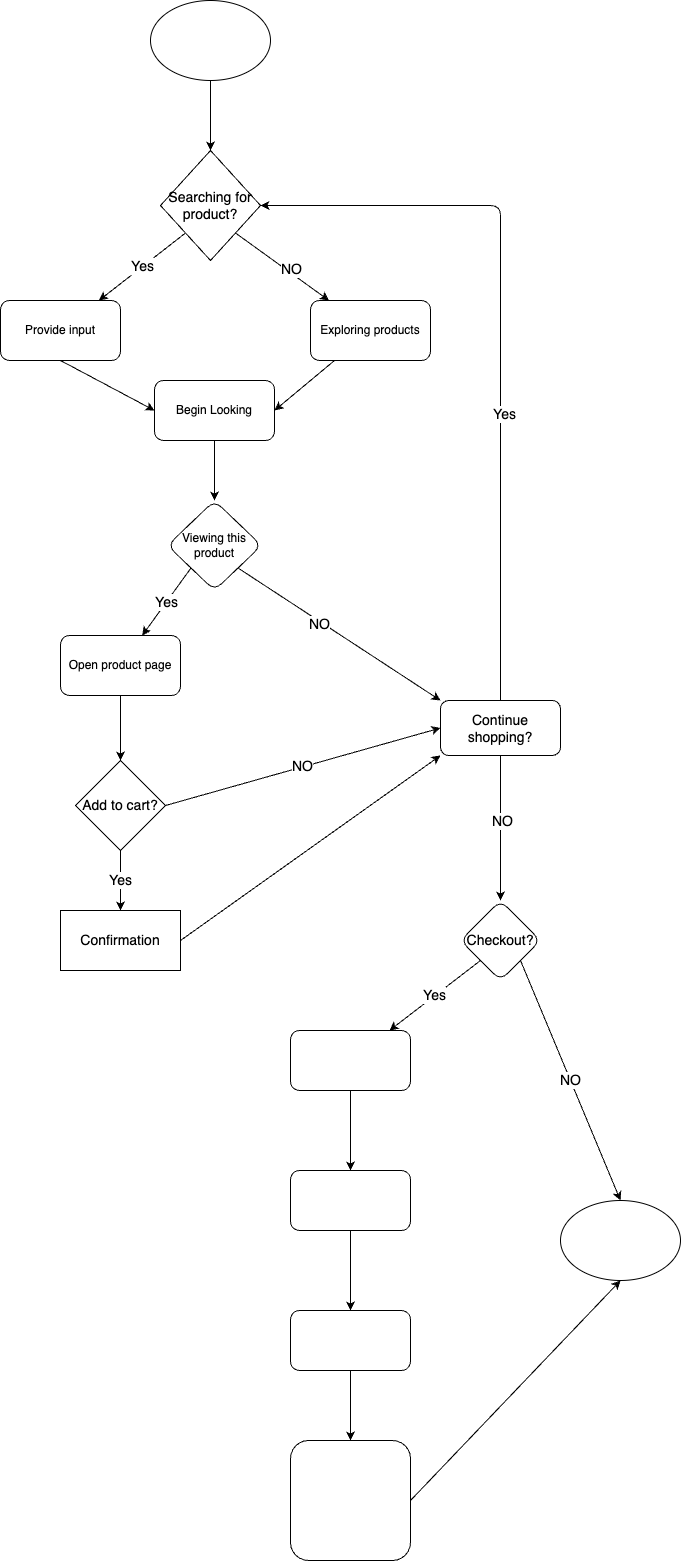
Tianshi-Gong/sp24-cse110-lab4 keeps this draw.io diagram as explore/diagramming/diagram.drawio.png. Above is the earlier version. Source tidied: cells renumbered, new cells last; positions are measured from the earlier drawing's top-left corner, leaving out a move shared by most shapes.
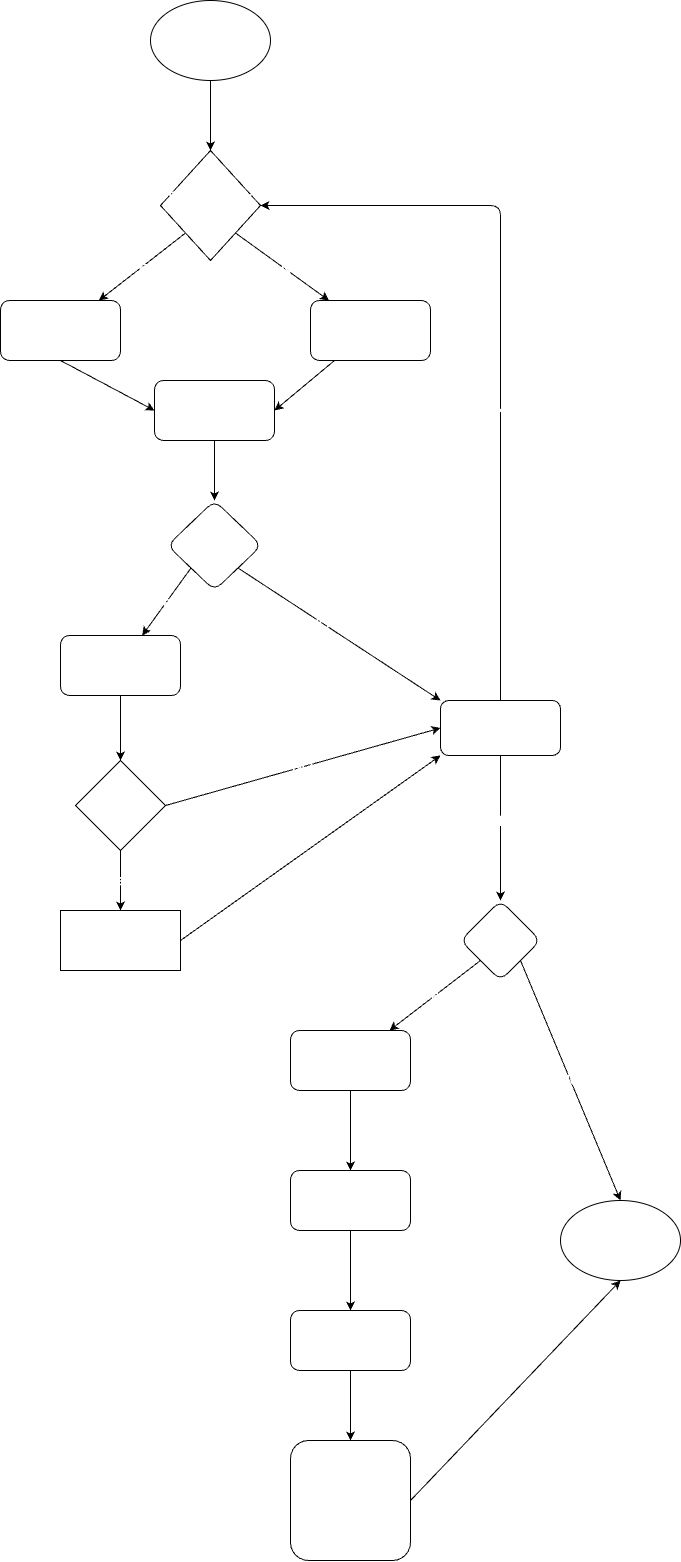
The same file after the commit.

The edit, as a diff of the source:
```diff
@@ -2,122 +2,122 @@
   <root>
     <mxCell id="0" />
     <mxCell id="1" parent="0" />
-    <mxCell id="2" style="edgeStyle=none;html=1;fontSize=14;entryX=0.5;entryY=0;entryDx=0;entryDy=0;exitX=0.5;exitY=1;exitDx=0;exitDy=0;" parent="1" edge="1" source="41" target="28">
+    <mxCell id="2" style="edgeStyle=none;html=1;fontSize=14;entryX=0.5;entryY=0;entryDx=0;entryDy=0;exitX=0.5;exitY=1;exitDx=0;exitDy=0;fontColor=#FFFFFF;labelBackgroundColor=none;" parent="1" edge="1" source="41" target="28">
       <mxGeometry relative="1" as="geometry" />
     </mxCell>
-    <mxCell id="3" style="edgeStyle=none;html=1;fontSize=14;exitX=1;exitY=1;exitDx=0;exitDy=0;" parent="1" edge="1" source="28" target="7">
+    <mxCell id="3" style="edgeStyle=none;html=1;fontSize=14;exitX=1;exitY=1;exitDx=0;exitDy=0;fontColor=#FFFFFF;labelBackgroundColor=none;" parent="1" edge="1" source="28" target="7">
       <mxGeometry relative="1" as="geometry" />
     </mxCell>
-    <mxCell id="4" value="NO" style="edgeLabel;html=1;align=center;verticalAlign=middle;fontSize=14;" parent="3" vertex="1">
+    <mxCell id="4" value="NO" style="edgeLabel;html=1;align=center;verticalAlign=middle;fontSize=14;fontColor=#FFFFFF;labelBackgroundColor=none;" parent="3" vertex="1">
       <mxGeometry x="0.14" y="4" relative="1" as="geometry" />
     </mxCell>
-    <mxCell id="5" value="Yes" style="edgeStyle=none;html=1;fontSize=14;exitX=0;exitY=1;exitDx=0;exitDy=0;" parent="1" edge="1" source="28" target="9">
+    <mxCell id="5" value="Yes" style="edgeStyle=none;html=1;fontSize=14;exitX=0;exitY=1;exitDx=0;exitDy=0;fontColor=#FFFFFF;labelBackgroundColor=none;" parent="1" edge="1" source="28" target="9">
       <mxGeometry relative="1" as="geometry" />
     </mxCell>
-    <mxCell id="6" style="edgeStyle=none;html=1;fontSize=14;entryX=1;entryY=0.5;entryDx=0;entryDy=0;" parent="1" edge="1" source="7" target="11">
+    <mxCell id="6" style="edgeStyle=none;html=1;fontSize=14;entryX=1;entryY=0.5;entryDx=0;entryDy=0;fontColor=#FFFFFF;labelBackgroundColor=none;" parent="1" edge="1" source="7" target="11">
       <mxGeometry relative="1" as="geometry" />
     </mxCell>
-    <mxCell id="7" value="Exploring products" style="whiteSpace=wrap;html=1;rounded=1;" parent="1" vertex="1">
+    <mxCell id="7" value="Exploring products" style="whiteSpace=wrap;html=1;rounded=1;fontColor=#FFFFFF;labelBackgroundColor=none;" parent="1" vertex="1">
       <mxGeometry x="310" y="300" width="120" height="60" as="geometry" />
     </mxCell>
-    <mxCell id="8" style="edgeStyle=none;html=1;exitX=0.5;exitY=1;exitDx=0;exitDy=0;entryX=0;entryY=0.5;entryDx=0;entryDy=0;fontSize=14;" parent="1" edge="1" source="9" target="11">
+    <mxCell id="8" style="edgeStyle=none;html=1;exitX=0.5;exitY=1;exitDx=0;exitDy=0;entryX=0;entryY=0.5;entryDx=0;entryDy=0;fontSize=14;fontColor=#FFFFFF;labelBackgroundColor=none;" parent="1" edge="1" source="9" target="11">
       <mxGeometry relative="1" as="geometry" />
     </mxCell>
-    <mxCell id="9" value="Provide input" style="whiteSpace=wrap;html=1;rounded=1;" parent="1" vertex="1">
+    <mxCell id="9" value="Provide input" style="whiteSpace=wrap;html=1;rounded=1;fontColor=#FFFFFF;labelBackgroundColor=none;" parent="1" vertex="1">
       <mxGeometry y="300" width="120" height="60" as="geometry" />
     </mxCell>
-    <mxCell id="10" style="edgeStyle=none;html=1;fontSize=14;" parent="1" edge="1" source="11" target="15">
+    <mxCell id="10" style="edgeStyle=none;html=1;fontSize=14;fontColor=#FFFFFF;labelBackgroundColor=none;" parent="1" edge="1" source="11" target="15">
       <mxGeometry relative="1" as="geometry" />
     </mxCell>
-    <mxCell id="11" value="Begin Looking" style="whiteSpace=wrap;html=1;rounded=1;" parent="1" vertex="1">
+    <mxCell id="11" value="Begin Looking" style="whiteSpace=wrap;html=1;rounded=1;fontColor=#FFFFFF;labelBackgroundColor=none;" parent="1" vertex="1">
       <mxGeometry x="154" y="380" width="120" height="60" as="geometry" />
     </mxCell>
-    <mxCell id="12" value="Yes" style="edgeStyle=none;html=1;fontSize=14;verticalAlign=middle;exitX=0;exitY=1;exitDx=0;exitDy=0;" parent="1" edge="1" source="15" target="17">
+    <mxCell id="12" value="Yes" style="edgeStyle=none;html=1;fontSize=14;verticalAlign=middle;exitX=0;exitY=1;exitDx=0;exitDy=0;fontColor=#FFFFFF;labelBackgroundColor=none;" parent="1" edge="1" source="15" target="17">
       <mxGeometry relative="1" as="geometry" />
     </mxCell>
-    <mxCell id="13" style="edgeStyle=none;html=1;exitX=1;exitY=1;exitDx=0;exitDy=0;fontSize=14;entryX=0;entryY=0;entryDx=0;entryDy=0;" parent="1" edge="1" source="15" target="22">
+    <mxCell id="13" style="edgeStyle=none;html=1;exitX=1;exitY=1;exitDx=0;exitDy=0;fontSize=14;entryX=0;entryY=0;entryDx=0;entryDy=0;fontColor=#FFFFFF;labelBackgroundColor=none;" parent="1" edge="1" source="15" target="22">
       <mxGeometry relative="1" as="geometry" />
     </mxCell>
-    <mxCell id="14" value="NO" style="edgeLabel;html=1;align=center;verticalAlign=middle;fontSize=14;" parent="13" vertex="1">
+    <mxCell id="14" value="NO" style="edgeLabel;html=1;align=center;verticalAlign=middle;fontSize=14;fontColor=#FFFFFF;labelBackgroundColor=none;" parent="13" vertex="1">
       <mxGeometry x="-0.19" y="-2" relative="1" as="geometry" />
     </mxCell>
-    <mxCell id="15" value="Viewing this product" style="rhombus;whiteSpace=wrap;html=1;rounded=1;" parent="1" vertex="1">
+    <mxCell id="15" value="Viewing this product" style="rhombus;whiteSpace=wrap;html=1;rounded=1;fontColor=#FFFFFF;labelBackgroundColor=none;" parent="1" vertex="1">
       <mxGeometry x="167" y="500" width="94" height="90" as="geometry" />
     </mxCell>
-    <mxCell id="16" style="edgeStyle=none;html=1;fontSize=14;" parent="1" edge="1" source="17" target="25">
+    <mxCell id="16" style="edgeStyle=none;html=1;fontSize=14;fontColor=#FFFFFF;labelBackgroundColor=none;" parent="1" edge="1" source="17" target="25">
       <mxGeometry relative="1" as="geometry" />
     </mxCell>
-    <mxCell id="17" value="Open product page" style="whiteSpace=wrap;html=1;rounded=1;" parent="1" vertex="1">
+    <mxCell id="17" value="Open product page" style="whiteSpace=wrap;html=1;rounded=1;fontColor=#FFFFFF;labelBackgroundColor=none;" parent="1" vertex="1">
       <mxGeometry x="60" y="635" width="120" height="60" as="geometry" />
     </mxCell>
-    <mxCell id="18" style="edgeStyle=none;html=1;exitX=0.5;exitY=0;exitDx=0;exitDy=0;entryX=1;entryY=0.5;entryDx=0;entryDy=0;fontSize=14;" parent="1" edge="1" source="22" target="28">
+    <mxCell id="18" style="edgeStyle=none;html=1;exitX=0.5;exitY=0;exitDx=0;exitDy=0;entryX=1;entryY=0.5;entryDx=0;entryDy=0;fontSize=14;fontColor=#FFFFFF;labelBackgroundColor=none;" parent="1" edge="1" source="22" target="28">
       <mxGeometry relative="1" as="geometry">
         <Array as="points">
           <mxPoint x="500" y="205" />
         </Array>
       </mxGeometry>
     </mxCell>
-    <mxCell id="19" value="Yes" style="edgeLabel;html=1;align=center;verticalAlign=middle;fontSize=14;" parent="18" vertex="1">
+    <mxCell id="19" value="Yes" style="edgeLabel;html=1;align=center;verticalAlign=middle;fontSize=14;fontColor=#FFFFFF;labelBackgroundColor=none;" parent="18" vertex="1">
       <mxGeometry x="-0.22" y="-3" relative="1" as="geometry" />
     </mxCell>
-    <mxCell id="20" style="edgeStyle=none;html=1;fontSize=14;" parent="1" edge="1" source="22" target="31">
+    <mxCell id="20" style="edgeStyle=none;html=1;fontSize=14;fontColor=#FFFFFF;labelBackgroundColor=none;" parent="1" edge="1" source="22" target="31">
       <mxGeometry relative="1" as="geometry" />
     </mxCell>
-    <mxCell id="21" value="NO" style="edgeLabel;html=1;align=center;verticalAlign=middle;fontSize=14;" parent="20" vertex="1">
+    <mxCell id="21" value="NO" style="edgeLabel;html=1;align=center;verticalAlign=middle;fontSize=14;fontColor=#FFFFFF;labelBackgroundColor=none;" parent="20" vertex="1">
       <mxGeometry x="-0.09" y="1" relative="1" as="geometry" />
     </mxCell>
-    <mxCell id="22" value="Continue shopping?" style="rounded=1;whiteSpace=wrap;html=1;fontSize=14;" parent="1" vertex="1">
+    <mxCell id="22" value="Continue shopping?" style="rounded=1;whiteSpace=wrap;html=1;fontSize=14;fontColor=#FFFFFF;labelBackgroundColor=none;" parent="1" vertex="1">
       <mxGeometry x="440" y="700" width="120" height="55" as="geometry" />
     </mxCell>
-    <mxCell id="23" value="NO" style="edgeStyle=none;html=1;exitX=1;exitY=0.5;exitDx=0;exitDy=0;entryX=0;entryY=0.5;entryDx=0;entryDy=0;fontSize=14;" parent="1" edge="1" source="25" target="22">
+    <mxCell id="23" value="NO" style="edgeStyle=none;html=1;exitX=1;exitY=0.5;exitDx=0;exitDy=0;entryX=0;entryY=0.5;entryDx=0;entryDy=0;fontSize=14;fontColor=#FFFFFF;labelBackgroundColor=none;" parent="1" edge="1" source="25" target="22">
       <mxGeometry relative="1" as="geometry" />
     </mxCell>
-    <mxCell id="24" value="Yes" style="edgeStyle=none;html=1;exitX=0.5;exitY=1;exitDx=0;exitDy=0;entryX=0.5;entryY=0;entryDx=0;entryDy=0;fontSize=14;" parent="1" edge="1" source="25" target="27">
+    <mxCell id="24" value="Yes" style="edgeStyle=none;html=1;exitX=0.5;exitY=1;exitDx=0;exitDy=0;entryX=0.5;entryY=0;entryDx=0;entryDy=0;fontSize=14;fontColor=#FFFFFF;labelBackgroundColor=none;" parent="1" edge="1" source="25" target="27">
       <mxGeometry relative="1" as="geometry" />
     </mxCell>
-    <mxCell id="25" value="Add to cart?" style="rhombus;whiteSpace=wrap;html=1;fontSize=14;" parent="1" vertex="1">
+    <mxCell id="25" value="Add to cart?" style="rhombus;whiteSpace=wrap;html=1;fontSize=14;fontColor=#FFFFFF;labelBackgroundColor=none;" parent="1" vertex="1">
       <mxGeometry x="75" y="760" width="90" height="90" as="geometry" />
     </mxCell>
-    <mxCell id="26" style="edgeStyle=none;html=1;exitX=1;exitY=0.5;exitDx=0;exitDy=0;entryX=0;entryY=1;entryDx=0;entryDy=0;fontSize=14;" parent="1" edge="1" source="27" target="22">
+    <mxCell id="26" style="edgeStyle=none;html=1;exitX=1;exitY=0.5;exitDx=0;exitDy=0;entryX=0;entryY=1;entryDx=0;entryDy=0;fontSize=14;fontColor=#FFFFFF;labelBackgroundColor=none;" parent="1" edge="1" source="27" target="22">
       <mxGeometry relative="1" as="geometry" />
     </mxCell>
-    <mxCell id="27" value="Confirmation" style="whiteSpace=wrap;html=1;fontSize=14;" parent="1" vertex="1">
+    <mxCell id="27" value="Confirmation" style="whiteSpace=wrap;html=1;fontSize=14;fontColor=#FFFFFF;labelBackgroundColor=none;" parent="1" vertex="1">
       <mxGeometry x="60" y="910" width="120" height="60" as="geometry" />
     </mxCell>
-    <mxCell id="28" value="Searching for product?" style="rhombus;whiteSpace=wrap;html=1;fontSize=14;" parent="1" vertex="1">
+    <mxCell id="28" value="Searching for product?" style="rhombus;whiteSpace=wrap;html=1;fontSize=14;fontColor=#FFFFFF;labelBackgroundColor=none;" parent="1" vertex="1">
       <mxGeometry x="160" y="150" width="100" height="110" as="geometry" />
     </mxCell>
-    <mxCell id="29" value="NO" style="edgeStyle=none;html=1;fontSize=14;entryX=0.5;entryY=0;entryDx=0;entryDy=0;exitX=1;exitY=1;exitDx=0;exitDy=0;" parent="1" edge="1" source="31" target="40">
+    <mxCell id="29" value="NO" style="edgeStyle=none;html=1;fontSize=14;entryX=0.5;entryY=0;entryDx=0;entryDy=0;exitX=1;exitY=1;exitDx=0;exitDy=0;fontColor=#FFFFFF;labelBackgroundColor=none;" parent="1" edge="1" source="31" target="40">
       <mxGeometry relative="1" as="geometry" />
     </mxCell>
-    <mxCell id="30" value="Yes" style="edgeStyle=none;html=1;fontSize=14;exitX=0;exitY=1;exitDx=0;exitDy=0;" parent="1" edge="1" source="31" target="33">
+    <mxCell id="30" value="Yes" style="edgeStyle=none;html=1;fontSize=14;exitX=0;exitY=1;exitDx=0;exitDy=0;fontColor=#FFFFFF;labelBackgroundColor=none;" parent="1" edge="1" source="31" target="33">
       <mxGeometry relative="1" as="geometry" />
     </mxCell>
-    <mxCell id="31" value="Checkout?" style="rhombus;whiteSpace=wrap;html=1;fontSize=14;rounded=1;" parent="1" vertex="1">
+    <mxCell id="31" value="Checkout?" style="rhombus;whiteSpace=wrap;html=1;fontSize=14;rounded=1;fontColor=#FFFFFF;labelBackgroundColor=none;" parent="1" vertex="1">
       <mxGeometry x="460" y="900" width="80" height="80" as="geometry" />
     </mxCell>
-    <mxCell id="32" style="edgeStyle=none;html=1;fontSize=14;fontColor=#FFFFFF;" parent="1" edge="1" source="33" target="35">
+    <mxCell id="32" style="edgeStyle=none;html=1;fontSize=14;fontColor=#FFFFFF;labelBackgroundColor=none;" parent="1" edge="1" source="33" target="35">
       <mxGeometry relative="1" as="geometry" />
     </mxCell>
-    <mxCell id="33" value="&lt;span style=&quot;caret-color: rgb(0, 0, 0); font-family: &amp;quot;Lato Extended&amp;quot;, Lato, &amp;quot;Helvetica Neue&amp;quot;, Helvetica, Arial, sans-serif; font-size: 16px; text-align: left; text-size-adjust: auto;&quot;&gt;&lt;font color=&quot;#ffffff&quot;&gt;View Cart screen&lt;/font&gt;&lt;/span&gt;" style="whiteSpace=wrap;html=1;fontSize=14;rounded=1;gradientColor=none;" parent="1" vertex="1">
+    <mxCell id="33" value="&lt;span style=&quot;caret-color: rgb(0, 0, 0); font-family: &amp;quot;Lato Extended&amp;quot;, Lato, &amp;quot;Helvetica Neue&amp;quot;, Helvetica, Arial, sans-serif; font-size: 16px; text-align: left; text-size-adjust: auto;&quot;&gt;&lt;font&gt;View Cart screen&lt;/font&gt;&lt;/span&gt;" style="whiteSpace=wrap;html=1;fontSize=14;rounded=1;gradientColor=none;fontColor=#FFFFFF;labelBackgroundColor=none;" parent="1" vertex="1">
       <mxGeometry x="290" y="1030" width="120" height="60" as="geometry" />
     </mxCell>
-    <mxCell id="34" style="edgeStyle=none;html=1;fontSize=14;fontColor=#FFFFFF;" parent="1" edge="1" source="35" target="37">
+    <mxCell id="34" style="edgeStyle=none;html=1;fontSize=14;fontColor=#FFFFFF;labelBackgroundColor=none;" parent="1" edge="1" source="35" target="37">
       <mxGeometry relative="1" as="geometry" />
     </mxCell>
-    <mxCell id="35" value="&lt;span style=&quot;caret-color: rgb(0, 0, 0); font-family: &amp;quot;Lato Extended&amp;quot;, Lato, &amp;quot;Helvetica Neue&amp;quot;, Helvetica, Arial, sans-serif; font-size: 16px; text-align: left; text-size-adjust: auto;&quot;&gt;&lt;font color=&quot;#ffffff&quot;&gt;View Payment screen&lt;/font&gt;&lt;/span&gt;" style="whiteSpace=wrap;html=1;fontSize=14;rounded=1;" parent="1" vertex="1">
+    <mxCell id="35" value="&lt;span style=&quot;caret-color: rgb(0, 0, 0); font-family: &amp;quot;Lato Extended&amp;quot;, Lato, &amp;quot;Helvetica Neue&amp;quot;, Helvetica, Arial, sans-serif; font-size: 16px; text-align: left; text-size-adjust: auto;&quot;&gt;&lt;font&gt;View Payment screen&lt;/font&gt;&lt;/span&gt;" style="whiteSpace=wrap;html=1;fontSize=14;rounded=1;fontColor=#FFFFFF;labelBackgroundColor=none;" parent="1" vertex="1">
       <mxGeometry x="290" y="1170" width="120" height="60" as="geometry" />
     </mxCell>
-    <mxCell id="36" style="edgeStyle=none;html=1;fontSize=14;fontColor=#FFFFFF;exitX=0.5;exitY=1;exitDx=0;exitDy=0;" parent="1" edge="1" source="37" target="39">
+    <mxCell id="36" style="edgeStyle=none;html=1;fontSize=14;fontColor=#FFFFFF;exitX=0.5;exitY=1;exitDx=0;exitDy=0;labelBackgroundColor=none;" parent="1" edge="1" source="37" target="39">
       <mxGeometry relative="1" as="geometry" />
     </mxCell>
-    <mxCell id="37" value="&lt;span style=&quot;caret-color: rgb(0, 0, 0); font-family: &amp;quot;Lato Extended&amp;quot;, Lato, &amp;quot;Helvetica Neue&amp;quot;, Helvetica, Arial, sans-serif; font-size: 16px; text-align: left; text-size-adjust: auto;&quot;&gt;&lt;font color=&quot;#ffffff&quot;&gt;input payment information&lt;/font&gt;&lt;/span&gt;" style="whiteSpace=wrap;html=1;fontSize=14;rounded=1;" parent="1" vertex="1">
+    <mxCell id="37" value="&lt;span style=&quot;caret-color: rgb(0, 0, 0); font-family: &amp;quot;Lato Extended&amp;quot;, Lato, &amp;quot;Helvetica Neue&amp;quot;, Helvetica, Arial, sans-serif; font-size: 16px; text-align: left; text-size-adjust: auto;&quot;&gt;&lt;font&gt;input payment information&lt;/font&gt;&lt;/span&gt;" style="whiteSpace=wrap;html=1;fontSize=14;rounded=1;fontColor=#FFFFFF;labelBackgroundColor=none;" parent="1" vertex="1">
       <mxGeometry x="290" y="1310" width="120" height="60" as="geometry" />
     </mxCell>
-    <mxCell id="38" style="edgeStyle=none;html=1;exitX=1;exitY=0.5;exitDx=0;exitDy=0;entryX=0.5;entryY=1;entryDx=0;entryDy=0;fontSize=14;fontColor=#FFFFFF;" parent="1" edge="1" source="39" target="40">
+    <mxCell id="38" style="edgeStyle=none;html=1;exitX=1;exitY=0.5;exitDx=0;exitDy=0;entryX=0.5;entryY=1;entryDx=0;entryDy=0;fontSize=14;fontColor=#FFFFFF;labelBackgroundColor=none;" parent="1" edge="1" source="39" target="40">
       <mxGeometry relative="1" as="geometry" />
     </mxCell>
-    <mxCell id="39" value="&lt;span style=&quot;caret-color: rgb(0, 0, 0); font-family: &amp;quot;Lato Extended&amp;quot;, Lato, &amp;quot;Helvetica Neue&amp;quot;, Helvetica, Arial, sans-serif; font-size: 16px; text-align: left; text-size-adjust: auto;&quot;&gt;&lt;font style=&quot;&quot; color=&quot;#ffffff&quot;&gt;order confirmation screen&lt;br&gt;and recieve an email&lt;br&gt;&lt;/font&gt;&lt;/span&gt;" style="whiteSpace=wrap;html=1;fontSize=14;rounded=1;" parent="1" vertex="1">
+    <mxCell id="39" value="&lt;span style=&quot;caret-color: rgb(0, 0, 0); font-family: &amp;quot;Lato Extended&amp;quot;, Lato, &amp;quot;Helvetica Neue&amp;quot;, Helvetica, Arial, sans-serif; font-size: 16px; text-align: left; text-size-adjust: auto;&quot;&gt;&lt;font style=&quot;&quot;&gt;order confirmation screen&lt;br&gt;and recieve an email&lt;br&gt;&lt;/font&gt;&lt;/span&gt;" style="whiteSpace=wrap;html=1;fontSize=14;rounded=1;fontColor=#FFFFFF;labelBackgroundColor=none;" parent="1" vertex="1">
       <mxGeometry x="290" y="1440" width="120" height="120" as="geometry" />
     </mxCell>
     <mxCell id="40" value="Leave website" style="ellipse;whiteSpace=wrap;html=1;labelBackgroundColor=none;fontSize=14;fontColor=#FFFFFF;" parent="1" vertex="1">
```
